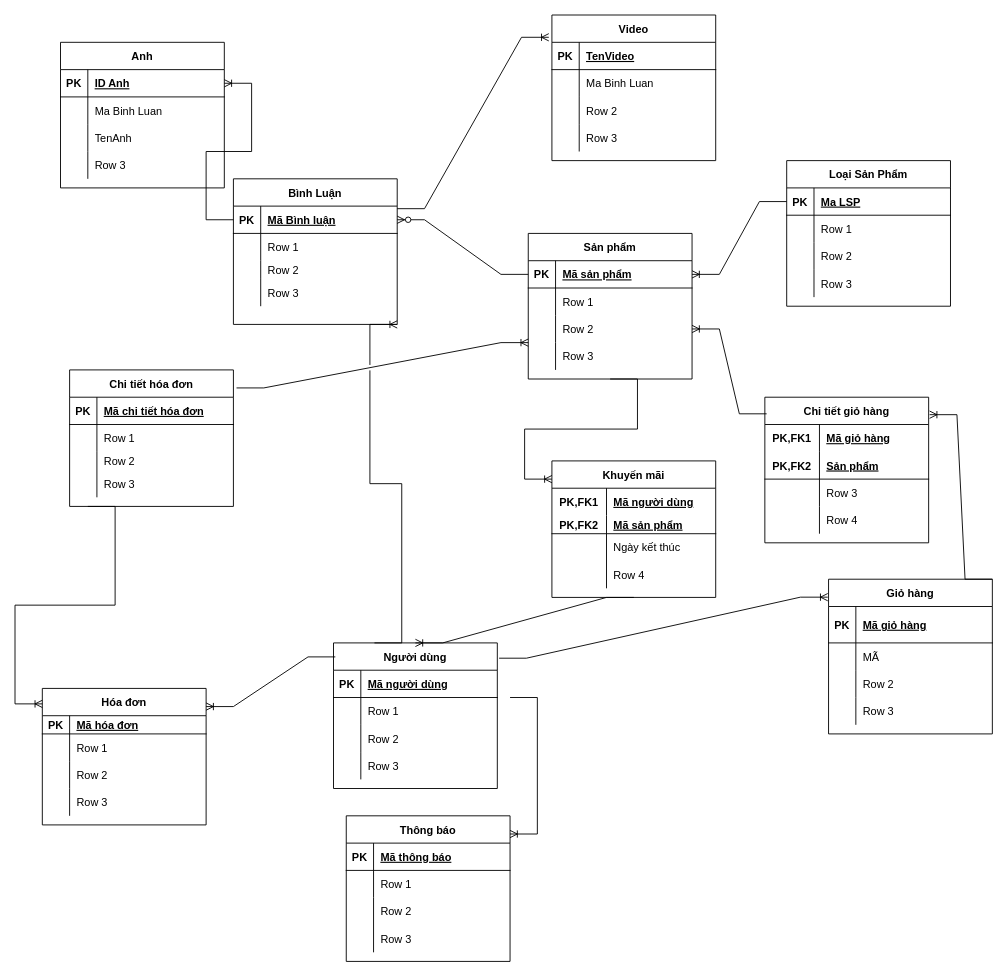
Above: page "Entity" (2 of 2) of DATABASE/Diagram1.drawio in SanHo09/Shepoo (draw.io), before the change. Source tidied: cells renumbered, new cells numbered last; positions are measured from the earlier drawing's top-left corner, leaving out a move shared by most shapes. Both pictures are drawn from the tidied source at 91%, with x=0, y=0 at pixel (42, 15).
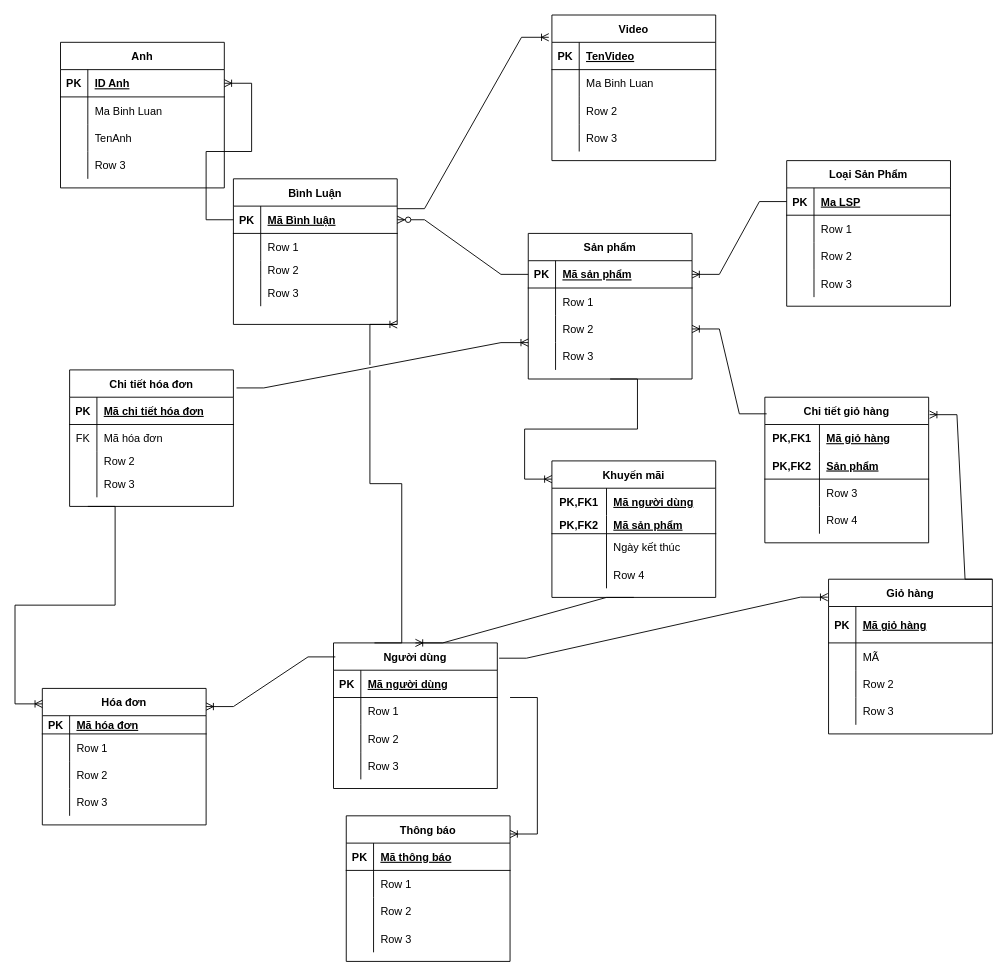
Above is the later version.

The change refers to these unchanged cells:
```xml
<mxCell id="71" style="shape=tableRow;horizontal=0;startSize=0;swimlaneHead=0;swimlaneBody=0;fillColor=none;top=0;left=0;right=0;bottom=0;" parent="67" vertex="1">
  <mxGeometry y="60" width="180" height="30" as="geometry" />
</mxCell>
```

Diff of the diagram source:
```diff
@@
-    <mxCell id="72" style="shape=partialRectangle;fillColor=none;top=0;left=0;bottom=0;right=0;overflow=hidden;" parent="71" vertex="1">
+    <mxCell id="72" value="FK" style="shape=partialRectangle;fillColor=none;top=0;left=0;bottom=0;right=0;overflow=hidden;" parent="71" vertex="1">
       <mxGeometry width="30" height="30" as="geometry" />
     </mxCell>
-    <mxCell id="73" value="Row 1" style="shape=partialRectangle;fillColor=none;top=0;left=0;bottom=0;right=0;align=left;spacingLeft=6;overflow=hidden;" parent="71" vertex="1">
+    <mxCell id="73" value="Mã hóa đơn" style="shape=partialRectangle;fillColor=none;top=0;left=0;bottom=0;right=0;align=left;spacingLeft=6;overflow=hidden;" parent="71" vertex="1">
       <mxGeometry x="30" width="150" height="30" as="geometry" />
     </mxCell>
```
